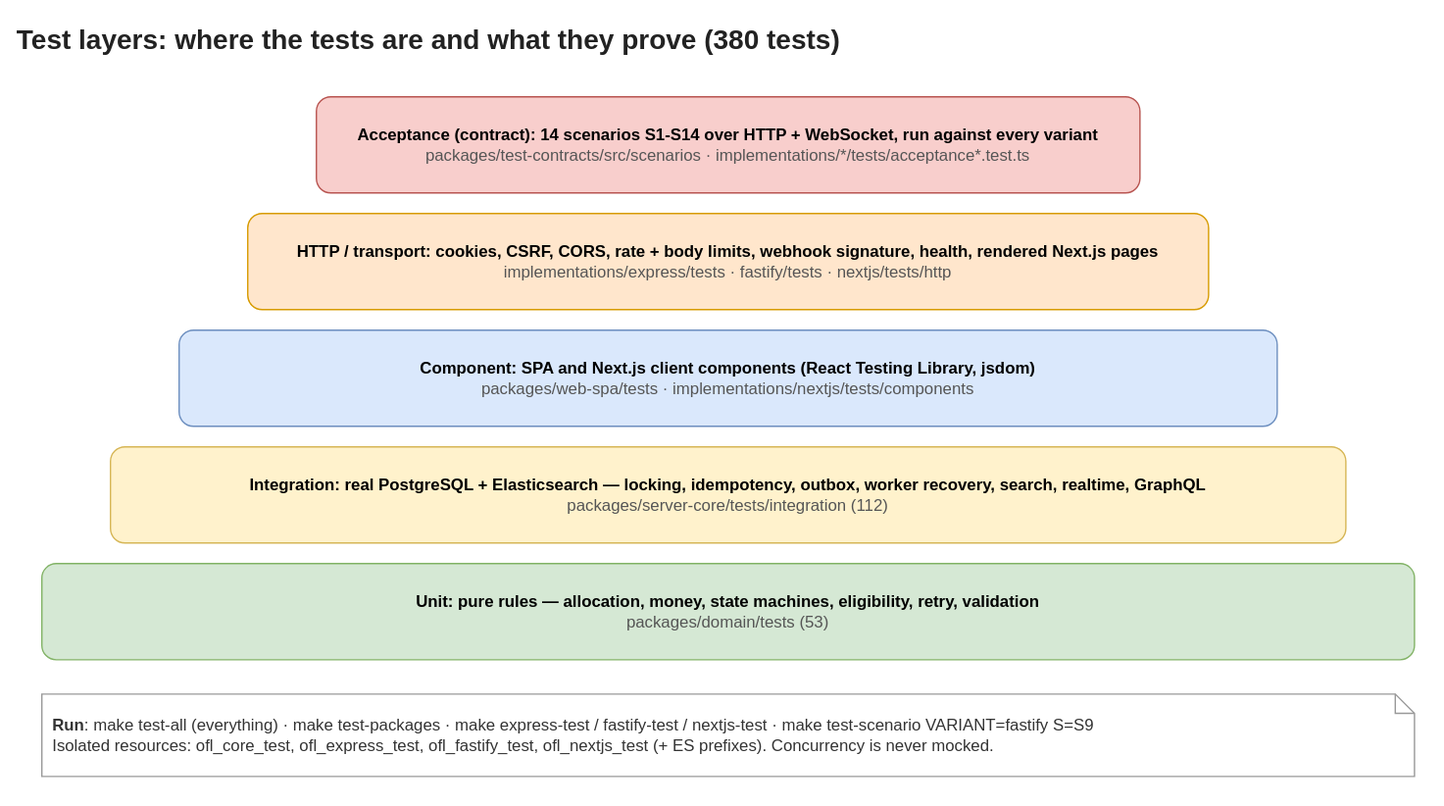
The draw.io diagram architecture/diagrams/10-test-layers.drawio.svg in mhshohel/backend_code_check, before a commit. Source tidied: cells renumbered, new cells last; positions are measured from the earlier drawing's top-left corner, leaving out a move shared by most shapes. Source of this version:
```xml
<mxGraphModel>
  <root>
    <mxCell id="0" />
    <mxCell id="1" parent="0" />
    <mxCell id="2" value="Test layers: where the tests are and what they prove (380 tests)" style="text;html=1;whiteSpace=wrap;align=left;verticalAlign=middle;fontSize=20;fontStyle=1;fontColor=#222222;" parent="1" vertex="1">
      <mxGeometry width="1000" height="36" as="geometry" />
    </mxCell>
    <mxCell id="3" value="&lt;b&gt;Acceptance (contract): 14 scenarios S1-S14 over HTTP + WebSocket, run against every variant&lt;/b&gt;&lt;br&gt;&lt;font color=&quot;#555555&quot;&gt;packages/test-contracts/src/scenarios · implementations/*/tests/acceptance*.test.ts&lt;/font&gt;" style="rounded=1;whiteSpace=wrap;html=1;fillColor=#f8cecc;strokeColor=#b85450;" parent="1" vertex="1">
      <mxGeometry x="220" y="60" width="600" height="70" as="geometry" />
    </mxCell>
    <mxCell id="4" value="&lt;b&gt;HTTP / transport: cookies, CSRF, CORS, rate + body limits, webhook signature, health, rendered Next.js pages&lt;/b&gt;&lt;br&gt;&lt;font color=&quot;#555555&quot;&gt;implementations/express/tests · fastify/tests · nextjs/tests/http&lt;/font&gt;" style="rounded=1;whiteSpace=wrap;html=1;fillColor=#ffe6cc;strokeColor=#d79b00;" parent="1" vertex="1">
      <mxGeometry x="170" y="145" width="700" height="70" as="geometry" />
    </mxCell>
    <mxCell id="5" value="&lt;b&gt;Component: SPA and Next.js client components (React Testing Library, jsdom)&lt;/b&gt;&lt;br&gt;&lt;font color=&quot;#555555&quot;&gt;packages/web-spa/tests · implementations/nextjs/tests/components&lt;/font&gt;" style="rounded=1;whiteSpace=wrap;html=1;fillColor=#dae8fc;strokeColor=#6c8ebf;" parent="1" vertex="1">
      <mxGeometry x="120" y="230" width="800" height="70" as="geometry" />
    </mxCell>
    <mxCell id="6" value="&lt;b&gt;Integration: real PostgreSQL + Elasticsearch — locking, idempotency, outbox, worker recovery, search, realtime, GraphQL&lt;/b&gt;&lt;br&gt;&lt;font color=&quot;#555555&quot;&gt;packages/server-core/tests/integration (112)&lt;/font&gt;" style="rounded=1;whiteSpace=wrap;html=1;fillColor=#fff2cc;strokeColor=#d6b656;" parent="1" vertex="1">
      <mxGeometry x="70" y="315" width="900" height="70" as="geometry" />
    </mxCell>
    <mxCell id="7" value="&lt;b&gt;Unit: pure rules — allocation, money, state machines, eligibility, retry, validation&lt;/b&gt;&lt;br&gt;&lt;font color=&quot;#555555&quot;&gt;packages/domain/tests (53)&lt;/font&gt;" style="rounded=1;whiteSpace=wrap;html=1;fillColor=#d5e8d4;strokeColor=#82b366;" parent="1" vertex="1">
      <mxGeometry x="20" y="400" width="1000" height="70" as="geometry" />
    </mxCell>
    <mxCell id="8" value="&lt;b&gt;Run&lt;/b&gt;: make test-all (everything) · make test-packages · make express-test / fastify-test / nextjs-test · make test-scenario VARIANT=fastify S=S9&lt;br&gt;Isolated resources: ofl_core_test, ofl_express_test, ofl_fastify_test, ofl_nextjs_test (+ ES prefixes). Concurrency is never mocked." style="shape=note;whiteSpace=wrap;html=1;size=14;fillColor=#ffffff;strokeColor=#999999;fontColor=#333333;align=left;spacingLeft=6;" parent="1" vertex="1">
      <mxGeometry x="20" y="495" width="1000" height="60" as="geometry" />
    </mxCell>
  </root>
</mxGraphModel>
```
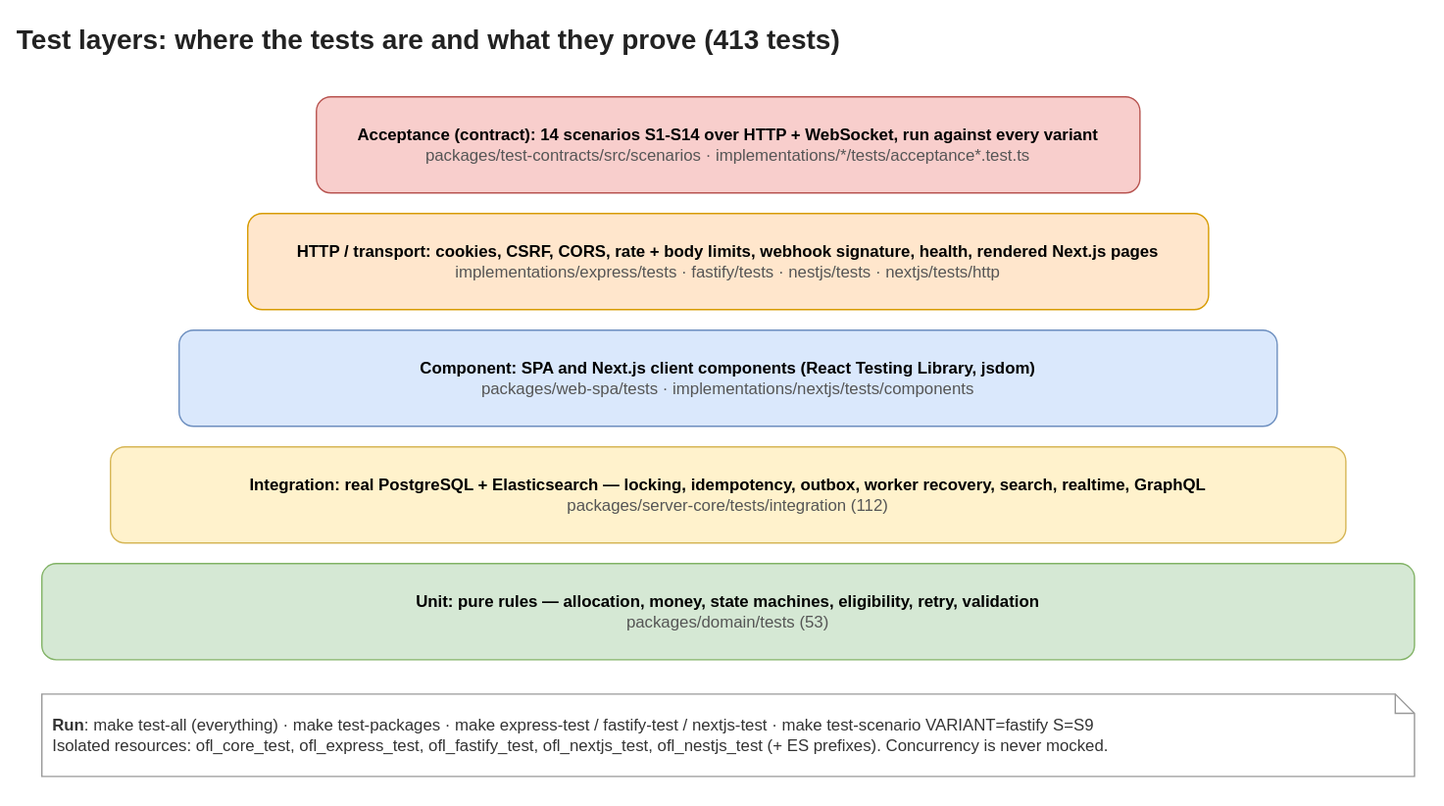
After the commit.

Diff of the diagram source:
```diff
@@ -2,13 +2,13 @@
   <root>
     <mxCell id="0" />
     <mxCell id="1" parent="0" />
-    <mxCell id="2" value="Test layers: where the tests are and what they prove (380 tests)" style="text;html=1;whiteSpace=wrap;align=left;verticalAlign=middle;fontSize=20;fontStyle=1;fontColor=#222222;" parent="1" vertex="1">
+    <mxCell id="2" value="Test layers: where the tests are and what they prove (413 tests)" style="text;html=1;whiteSpace=wrap;align=left;verticalAlign=middle;fontSize=20;fontStyle=1;fontColor=#222222;" parent="1" vertex="1">
       <mxGeometry width="1000" height="36" as="geometry" />
     </mxCell>
     <mxCell id="3" value="&lt;b&gt;Acceptance (contract): 14 scenarios S1-S14 over HTTP + WebSocket, run against every variant&lt;/b&gt;&lt;br&gt;&lt;font color=&quot;#555555&quot;&gt;packages/test-contracts/src/scenarios · implementations/*/tests/acceptance*.test.ts&lt;/font&gt;" style="rounded=1;whiteSpace=wrap;html=1;fillColor=#f8cecc;strokeColor=#b85450;" parent="1" vertex="1">
       <mxGeometry x="220" y="60" width="600" height="70" as="geometry" />
     </mxCell>
-    <mxCell id="4" value="&lt;b&gt;HTTP / transport: cookies, CSRF, CORS, rate + body limits, webhook signature, health, rendered Next.js pages&lt;/b&gt;&lt;br&gt;&lt;font color=&quot;#555555&quot;&gt;implementations/express/tests · fastify/tests · nextjs/tests/http&lt;/font&gt;" style="rounded=1;whiteSpace=wrap;html=1;fillColor=#ffe6cc;strokeColor=#d79b00;" parent="1" vertex="1">
+    <mxCell id="4" value="&lt;b&gt;HTTP / transport: cookies, CSRF, CORS, rate + body limits, webhook signature, health, rendered Next.js pages&lt;/b&gt;&lt;br&gt;&lt;font color=&quot;#555555&quot;&gt;implementations/express/tests · fastify/tests · nestjs/tests · nextjs/tests/http&lt;/font&gt;" style="rounded=1;whiteSpace=wrap;html=1;fillColor=#ffe6cc;strokeColor=#d79b00;" parent="1" vertex="1">
       <mxGeometry x="170" y="145" width="700" height="70" as="geometry" />
     </mxCell>
     <mxCell id="5" value="&lt;b&gt;Component: SPA and Next.js client components (React Testing Library, jsdom)&lt;/b&gt;&lt;br&gt;&lt;font color=&quot;#555555&quot;&gt;packages/web-spa/tests · implementations/nextjs/tests/components&lt;/font&gt;" style="rounded=1;whiteSpace=wrap;html=1;fillColor=#dae8fc;strokeColor=#6c8ebf;" parent="1" vertex="1">
@@ -20,7 +20,7 @@
     <mxCell id="7" value="&lt;b&gt;Unit: pure rules — allocation, money, state machines, eligibility, retry, validation&lt;/b&gt;&lt;br&gt;&lt;font color=&quot;#555555&quot;&gt;packages/domain/tests (53)&lt;/font&gt;" style="rounded=1;whiteSpace=wrap;html=1;fillColor=#d5e8d4;strokeColor=#82b366;" parent="1" vertex="1">
       <mxGeometry x="20" y="400" width="1000" height="70" as="geometry" />
     </mxCell>
-    <mxCell id="8" value="&lt;b&gt;Run&lt;/b&gt;: make test-all (everything) · make test-packages · make express-test / fastify-test / nextjs-test · make test-scenario VARIANT=fastify S=S9&lt;br&gt;Isolated resources: ofl_core_test, ofl_express_test, ofl_fastify_test, ofl_nextjs_test (+ ES prefixes). Concurrency is never mocked." style="shape=note;whiteSpace=wrap;html=1;size=14;fillColor=#ffffff;strokeColor=#999999;fontColor=#333333;align=left;spacingLeft=6;" parent="1" vertex="1">
+    <mxCell id="8" value="&lt;b&gt;Run&lt;/b&gt;: make test-all (everything) · make test-packages · make express-test / fastify-test / nextjs-test · make test-scenario VARIANT=fastify S=S9&lt;br&gt;Isolated resources: ofl_core_test, ofl_express_test, ofl_fastify_test, ofl_nextjs_test, ofl_nestjs_test (+ ES prefixes). Concurrency is never mocked." style="shape=note;whiteSpace=wrap;html=1;size=14;fillColor=#ffffff;strokeColor=#999999;fontColor=#333333;align=left;spacingLeft=6;" parent="1" vertex="1">
       <mxGeometry x="20" y="495" width="1000" height="60" as="geometry" />
     </mxCell>
   </root>
```
